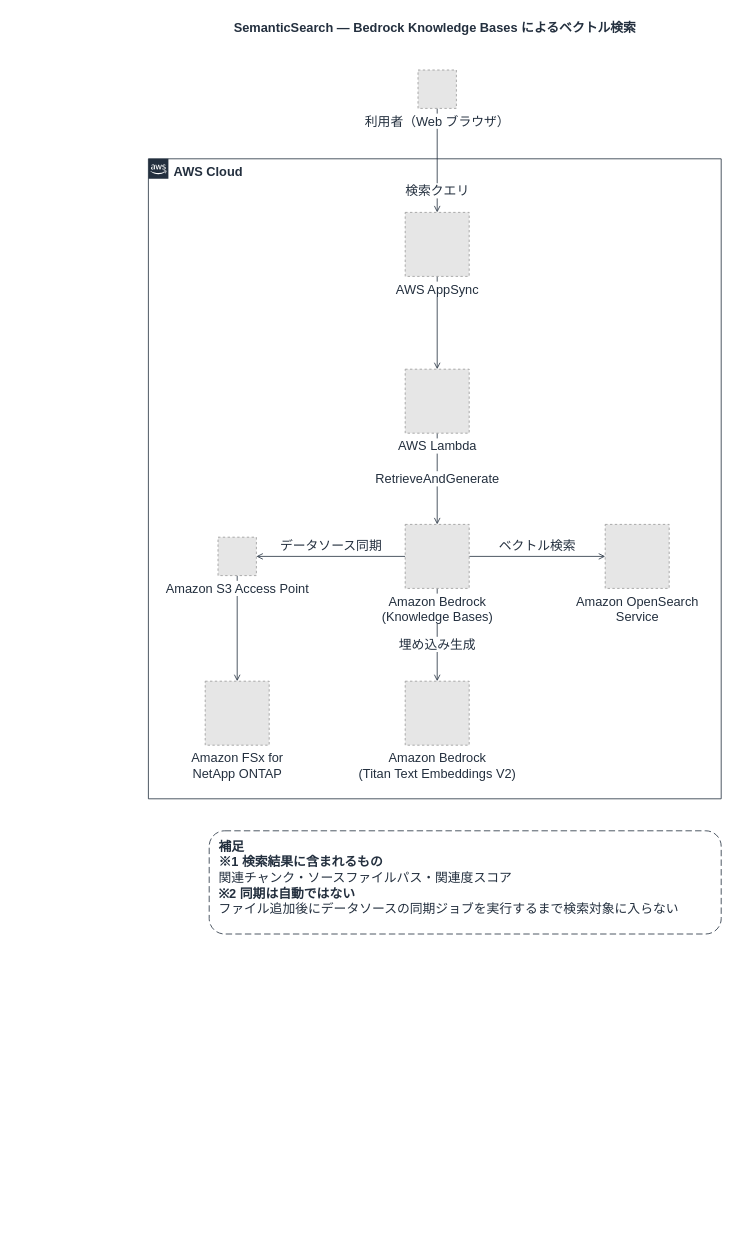
Earlier version of the draw.io diagram docs/diagrams/part3-semantic-search.drawio (Yoshiki0705/FSx-for-ONTAP-S3AccessPoints-Serverless-Patterns). Source tidied: cells renumbered, new cells numbered last; positions are measured from the earlier drawing's top-left corner, leaving out a move shared by most shapes. Both pictures are drawn from the tidied source at 80%, with x=0, y=0 at pixel (148, 14). Pictures stored in the file or linked from it are replaced by grey dashed boxes.
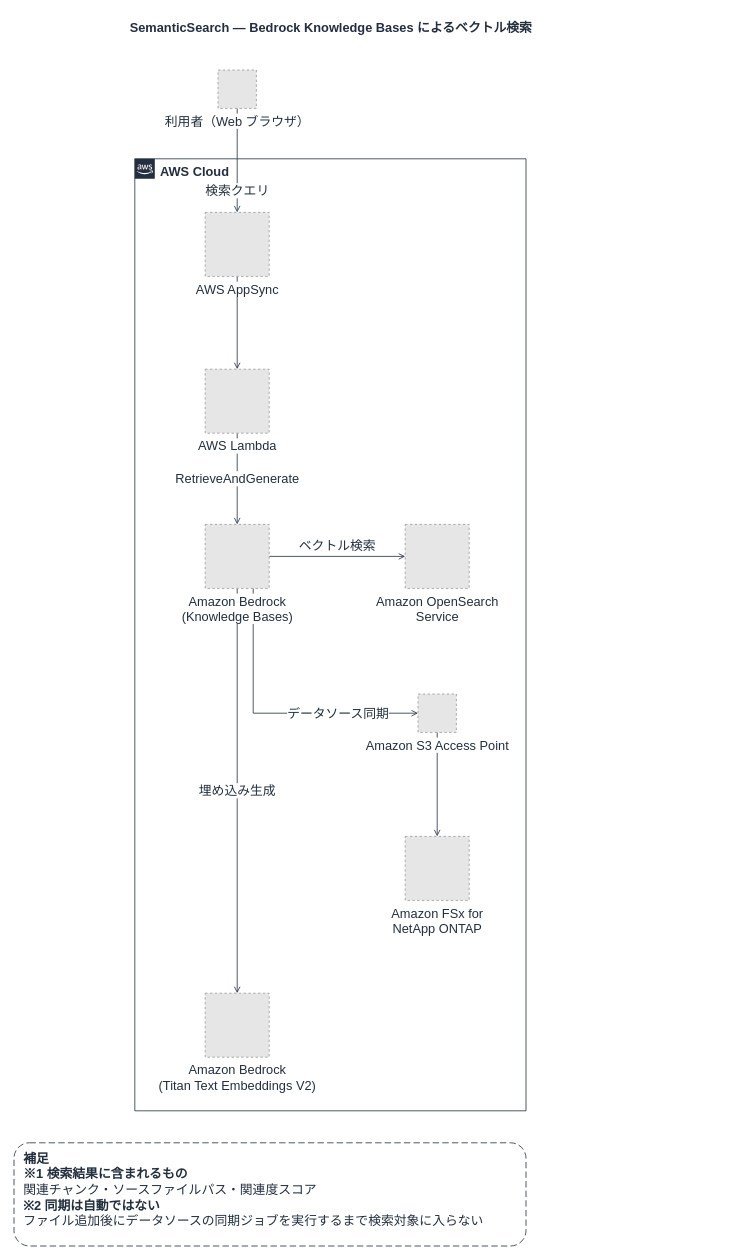
The same page after the edit.

Diff of the diagram source:
```diff
@@
     <mxCell id="2" value="SemanticSearch — Bedrock Knowledge Bases によるベクトル検索" style="text;html=1;align=center;verticalAlign=middle;fontSize=16;fontStyle=1;fontColor=#232F3E;" parent="1" vertex="1">
-      <mxGeometry width="716" height="34" as="geometry" />
+      <mxGeometry x="-17" width="489" height="34" as="geometry" />
     </mxCell>
-    <mxCell id="3" value="AWS Cloud" style="gradientColor=none;html=1;whiteSpace=wrap;fontSize=16;fontStyle=1;shape=mxgraph.aws4.group;grIcon=mxgraph.aws4.group_aws_cloud_alt;strokeColor=#232F3E;fillColor=none;verticalAlign=top;align=left;spacingLeft=30;fontColor=#232F3E;dashed=0;" parent="1" vertex="1">
-      <mxGeometry y="181" width="716" height="800" as="geometry" />
-    </mxCell>
@@
     <mxCell id="8" value="埋め込み生成" style="edgeStyle=orthogonalEdgeStyle;rounded=0;jettySize=auto;html=1;endArrow=open;endFill=0;strokeColor=#232F3E;strokeWidth=1;fontSize=16;fontColor=#232F3E;labelBackgroundColor=#ffffff;" parent="1" edge="1" source="16" target="17">
-      <mxGeometry relative="1" as="geometry">
-        <mxPoint y="12" as="offset" />
-      </mxGeometry>
+      <mxGeometry relative="1" as="geometry" />
     </mxCell>
-    <mxCell id="9" value="データソース同期" style="edgeStyle=orthogonalEdgeStyle;rounded=0;jettySize=auto;html=1;endArrow=open;endFill=0;strokeColor=#232F3E;strokeWidth=1;fontSize=16;fontColor=#232F3E;labelBackgroundColor=#ffffff;" parent="1" edge="1" source="16" target="11">
-      <mxGeometry relative="1" as="geometry">
-        <mxPoint y="-13" as="offset" />
-      </mxGeometry>
+    <mxCell id="9" value="データソース同期" style="edgeStyle=orthogonalEdgeStyle;rounded=0;jettySize=auto;html=1;endArrow=open;endFill=0;strokeColor=#232F3E;strokeWidth=1;fontSize=16;fontColor=#232F3E;labelBackgroundColor=#ffffff;exitX=0.75;exitY=1;exitDx=0;exitDy=0;entryX=0;entryY=0.5;entryDx=0;entryDy=0;" parent="1" edge="1" source="16" target="11">
+      <mxGeometry x="0.45" relative="1" as="geometry" />
     </mxCell>
@@
-    <mxCell id="11" value="Amazon S3 Access Point" style="fillColor=#E6E6E6;strokeColor=#999999;dashed=1;html=1;verticalLabelPosition=bottom;verticalAlign=top;labelPosition=center;align=center;fontSize=16;fontColor=#232F3E;labelBackgroundColor=#FFFFFF;" parent="1" vertex="1">
-      <mxGeometry x="87" y="654" width="48" height="48" as="geometry" />
-    </mxCell>
-    <mxCell id="12" value="Amazon FSx for&lt;br&gt;NetApp ONTAP" style="fillColor=#E6E6E6;strokeColor=#999999;dashed=1;html=1;verticalLabelPosition=bottom;verticalAlign=top;labelPosition=center;align=center;fontSize=16;fontColor=#232F3E;labelBackgroundColor=#FFFFFF;" parent="1" vertex="1">
-      <mxGeometry x="71" y="834" width="80" height="80" as="geometry" />
-    </mxCell>
+    <mxCell id="3" value="AWS Cloud" style="gradientColor=none;html=1;whiteSpace=wrap;fontSize=16;fontStyle=1;shape=mxgraph.aws4.group;grIcon=mxgraph.aws4.group_aws_cloud_alt;strokeColor=#232F3E;fillColor=none;verticalAlign=top;align=left;spacingLeft=30;fontColor=#232F3E;dashed=0;labelBackgroundColor=#FFFFFF;" parent="1" vertex="1">
+      <mxGeometry x="-17" y="181" width="489" height="1190" as="geometry" />
+    </mxCell>
     <mxCell id="13" value="利用者（Web ブラウザ）" style="fillColor=#E6E6E6;strokeColor=#999999;dashed=1;html=1;verticalLabelPosition=bottom;verticalAlign=top;labelPosition=center;align=center;fontSize=16;fontColor=#232F3E;labelBackgroundColor=#FFFFFF;" parent="1" vertex="1">
-      <mxGeometry x="337" y="70" width="48" height="48" as="geometry" />
+      <mxGeometry x="87" y="70" width="48" height="48" as="geometry" />
     </mxCell>
     <mxCell id="14" value="AWS AppSync" style="fillColor=#E6E6E6;strokeColor=#999999;dashed=1;html=1;verticalLabelPosition=bottom;verticalAlign=top;labelPosition=center;align=center;fontSize=16;fontColor=#232F3E;labelBackgroundColor=#FFFFFF;" parent="1" vertex="1">
-      <mxGeometry x="321" y="248" width="80" height="80" as="geometry" />
+      <mxGeometry x="71" y="248" width="80" height="80" as="geometry" />
     </mxCell>
     <mxCell id="15" value="AWS Lambda" style="fillColor=#E6E6E6;strokeColor=#999999;dashed=1;html=1;verticalLabelPosition=bottom;verticalAlign=top;labelPosition=center;align=center;fontSize=16;fontColor=#232F3E;labelBackgroundColor=#FFFFFF;" parent="1" vertex="1">
-      <mxGeometry x="321" y="444" width="80" height="80" as="geometry" />
+      <mxGeometry x="71" y="444" width="80" height="80" as="geometry" />
     </mxCell>
     <mxCell id="16" value="Amazon Bedrock&lt;br&gt;(Knowledge Bases)" style="fillColor=#E6E6E6;strokeColor=#999999;dashed=1;html=1;verticalLabelPosition=bottom;verticalAlign=top;labelPosition=center;align=center;fontSize=16;fontColor=#232F3E;labelBackgroundColor=#FFFFFF;" parent="1" vertex="1">
-      <mxGeometry x="321" y="638" width="80" height="80" as="geometry" />
+      <mxGeometry x="71" y="638" width="80" height="80" as="geometry" />
     </mxCell>
     <mxCell id="17" value="Amazon Bedrock&lt;br&gt;(Titan Text Embeddings V2)" style="fillColor=#E6E6E6;strokeColor=#999999;dashed=1;html=1;verticalLabelPosition=bottom;verticalAlign=top;labelPosition=center;align=center;fontSize=16;fontColor=#232F3E;labelBackgroundColor=#FFFFFF;" parent="1" vertex="1">
-      <mxGeometry x="321" y="834" width="80" height="80" as="geometry" />
+      <mxGeometry x="71" y="1224" width="80" height="80" as="geometry" />
     </mxCell>
     <mxCell id="18" value="Amazon OpenSearch&lt;br&gt;Service" style="fillColor=#E6E6E6;strokeColor=#999999;dashed=1;html=1;verticalLabelPosition=bottom;verticalAlign=top;labelPosition=center;align=center;fontSize=16;fontColor=#232F3E;labelBackgroundColor=#FFFFFF;" parent="1" vertex="1">
-      <mxGeometry x="571" y="638" width="80" height="80" as="geometry" />
+      <mxGeometry x="321" y="638" width="80" height="80" as="geometry" />
     </mxCell>
+    <mxCell id="11" value="Amazon S3 Access Point" style="fillColor=#E6E6E6;strokeColor=#999999;dashed=1;html=1;verticalLabelPosition=bottom;verticalAlign=top;labelPosition=center;align=center;fontSize=16;fontColor=#232F3E;labelBackgroundColor=#FFFFFF;" parent="1" vertex="1">
+      <mxGeometry x="337" y="850" width="48" height="48" as="geometry" />
+    </mxCell>
+    <mxCell id="12" value="Amazon FSx for&lt;br&gt;NetApp ONTAP" style="fillColor=#E6E6E6;strokeColor=#999999;dashed=1;html=1;verticalLabelPosition=bottom;verticalAlign=top;labelPosition=center;align=center;fontSize=16;fontColor=#232F3E;labelBackgroundColor=#FFFFFF;" parent="1" vertex="1">
+      <mxGeometry x="321" y="1028" width="80" height="80" as="geometry" />
+    </mxCell>
     <mxCell id="19" value="&lt;b&gt;補足&lt;/b&gt;&lt;br&gt;&lt;b&gt;※1 検索結果に含まれるもの&lt;/b&gt;&lt;br&gt;関連チャンク・ソースファイルパス・関連度スコア&lt;br&gt;&lt;b&gt;※2 同期は自動ではない&lt;/b&gt;&lt;br&gt;ファイル追加後にデータソースの同期ジョブを実行するまで検索対象に入らない" style="rounded=1;whiteSpace=wrap;html=1;dashed=1;dashPattern=8 4;strokeColor=#232F3E;fillColor=#FFFFFF;align=left;verticalAlign=top;spacingLeft=10;spacingTop=4;fontSize=16;fontColor=#232F3E;" parent="1" vertex="1">
-      <mxGeometry x="76" y="1021" width="640" height="129" as="geometry" />
+      <mxGeometry x="-168" y="1411" width="640" height="129" as="geometry" />
     </mxCell>
```
